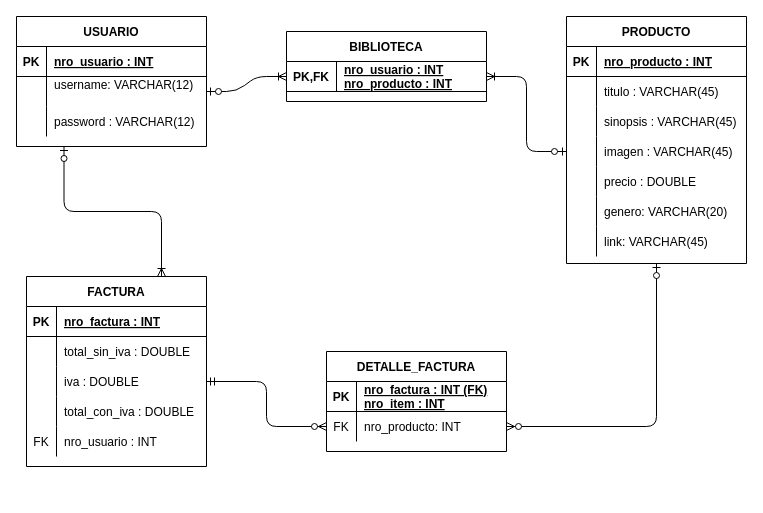
Earlier version of the draw.io diagram Untitled Diagram.drawio (agustinpitaro/RepoBdD). Source tidied: cells renumbered, new cells numbered last; positions are measured from the earlier drawing's top-left corner, leaving out a move shared by most shapes. Both pictures are drawn from the tidied source at 100%, with x=0, y=0 at pixel (16, 16).
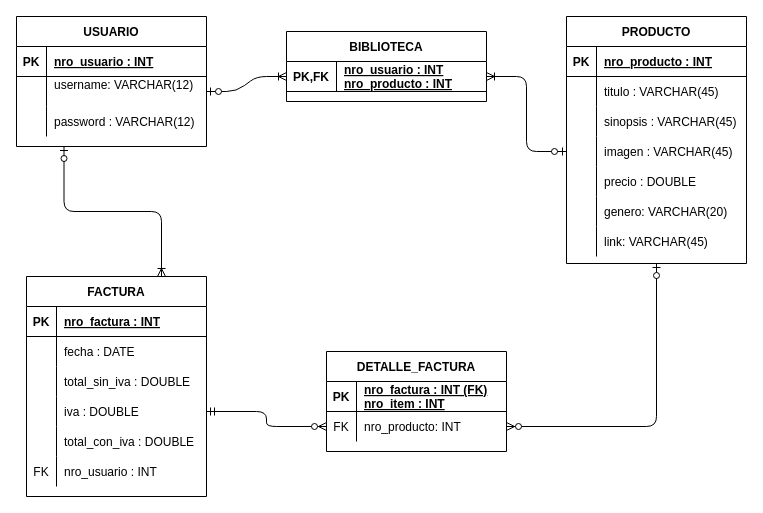
Above is the later version.

Diff of the diagram source:
```diff
@@
     <mxCell id="38" value="FACTURA" style="shape=table;startSize=30;childLayout=tableLayout;rowLines=0;fontStyle=1;align=center;" parent="1" vertex="1">
-      <mxGeometry x="10" y="260" width="180" height="190" as="geometry" />
+      <mxGeometry x="10" y="260" width="180" height="220" as="geometry" />
     </mxCell>
@@
+    <mxCell id="66" style="shape=partialRectangle;fillColor=none;top=0;left=0;bottom=0;right=0;" parent="38" vertex="1">
+      <mxGeometry y="60" width="180" height="30" as="geometry" />
+    </mxCell>
+    <mxCell id="67" style="shape=partialRectangle;fillColor=none;top=0;left=0;bottom=0;right=0;overflow=hidden;" parent="66" vertex="1">
+      <mxGeometry width="30" height="30" as="geometry" />
+    </mxCell>
+    <mxCell id="68" value="fecha : DATE" style="shape=partialRectangle;fillColor=none;top=0;left=0;bottom=0;right=0;align=left;spacingLeft=6;overflow=hidden;" parent="66" vertex="1">
+      <mxGeometry x="30" width="150" height="30" as="geometry" />
+    </mxCell>
     <mxCell id="42" style="shape=partialRectangle;fillColor=none;top=0;left=0;bottom=0;right=0;" parent="38" vertex="1">
-      <mxGeometry y="60" width="180" height="30" as="geometry" />
+      <mxGeometry y="90" width="180" height="30" as="geometry" />
     </mxCell>
@@
     <mxCell id="45" style="shape=partialRectangle;fillColor=none;top=0;left=0;bottom=0;right=0;points=[[0,0.5],[1,0.5]];portConstraint=eastwest;" parent="38" vertex="1">
-      <mxGeometry y="90" width="180" height="30" as="geometry" />
+      <mxGeometry y="120" width="180" height="30" as="geometry" />
     </mxCell>
@@
     <mxCell id="48" style="shape=partialRectangle;fillColor=none;top=0;left=0;bottom=0;right=0;" parent="38" vertex="1">
-      <mxGeometry y="120" width="180" height="30" as="geometry" />
+      <mxGeometry y="150" width="180" height="30" as="geometry" />
     </mxCell>
@@
     <mxCell id="51" style="shape=partialRectangle;fillColor=none;top=0;left=0;bottom=0;right=0;" parent="38" vertex="1">
-      <mxGeometry y="150" width="180" height="30" as="geometry" />
+      <mxGeometry y="180" width="180" height="30" as="geometry" />
     </mxCell>
```
